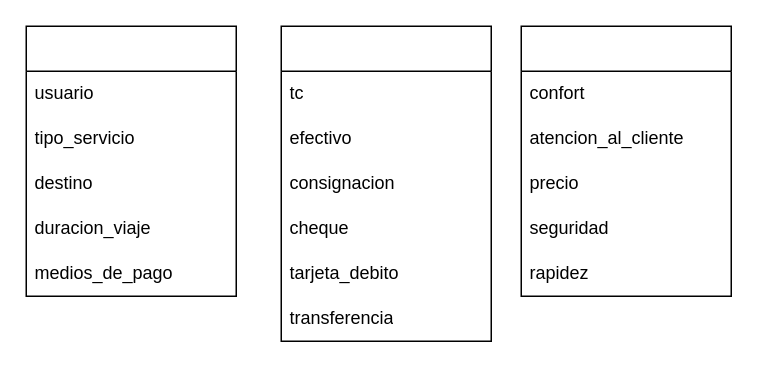
Earlier version of the draw.io diagram Diagrama sin título.drawio (didi90/tarea). Source tidied: cells renumbered, new cells numbered last; positions are measured from the earlier drawing's top-left corner, leaving out a move shared by most shapes. Both pictures are drawn from the tidied source at 150%, with x=0, y=0 at pixel (26, 26).
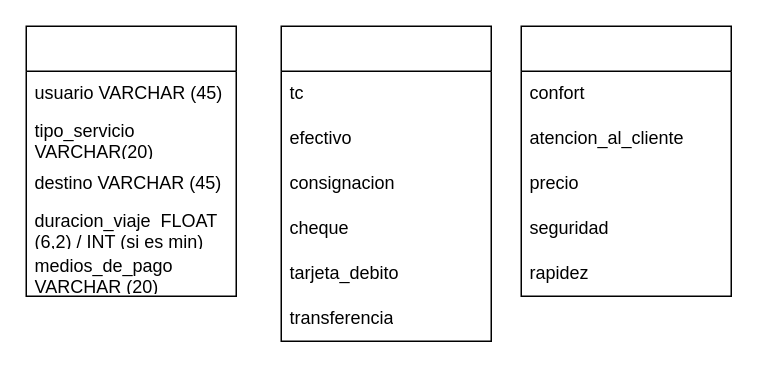
After the change.

Unchanged cells that the change refers to:
```xml
<mxCell id="2" style="swimlane;fontStyle=0;horizontal=1;startSize=30;whiteSpace=wrap;html=1;" parent="1" vertex="1">
  <mxGeometry width="140" height="180" as="geometry" />
</mxCell>
```

Change to the diagram source:
```diff
@@
-    <mxCell id="3" value="usuario" style="text;strokeColor=none;fillColor=none;align=left;verticalAlign=middle;spacingLeft=4;spacingRight=4;overflow=hidden;whiteSpace=wrap;html=1;" parent="2" vertex="1">
+    <mxCell id="3" value="usuario VARCHAR (45)" style="text;strokeColor=none;fillColor=none;align=left;verticalAlign=middle;spacingLeft=4;spacingRight=4;overflow=hidden;whiteSpace=wrap;html=1;" parent="2" vertex="1">
       <mxGeometry y="30" width="140" height="30" as="geometry" />
     </mxCell>
-    <mxCell id="4" value="tipo_servicio" style="text;strokeColor=none;fillColor=none;align=left;verticalAlign=middle;spacingLeft=4;spacingRight=4;overflow=hidden;whiteSpace=wrap;html=1;" parent="2" vertex="1">
+    <mxCell id="4" value="tipo_servicio VARCHAR(20)" style="text;strokeColor=none;fillColor=none;align=left;verticalAlign=middle;spacingLeft=4;spacingRight=4;overflow=hidden;whiteSpace=wrap;html=1;" parent="2" vertex="1">
       <mxGeometry y="60" width="140" height="30" as="geometry" />
     </mxCell>
-    <mxCell id="5" value="destino" style="text;strokeColor=none;fillColor=none;align=left;verticalAlign=middle;spacingLeft=4;spacingRight=4;overflow=hidden;whiteSpace=wrap;html=1;" parent="2" vertex="1">
+    <mxCell id="5" value="destino VARCHAR (45)" style="text;strokeColor=none;fillColor=none;align=left;verticalAlign=middle;spacingLeft=4;spacingRight=4;overflow=hidden;whiteSpace=wrap;html=1;" parent="2" vertex="1">
       <mxGeometry y="90" width="140" height="30" as="geometry" />
     </mxCell>
-    <mxCell id="6" value="duracion_viaje" style="text;strokeColor=none;fillColor=none;align=left;verticalAlign=middle;spacingLeft=4;spacingRight=4;overflow=hidden;whiteSpace=wrap;html=1;" parent="2" vertex="1">
+    <mxCell id="6" value="duracion_viaje&amp;nbsp; FLOAT (6,2) / INT (si es min)" style="text;strokeColor=none;fillColor=none;align=left;verticalAlign=middle;spacingLeft=4;spacingRight=4;overflow=hidden;whiteSpace=wrap;html=1;" parent="2" vertex="1">
       <mxGeometry y="120" width="140" height="30" as="geometry" />
     </mxCell>
-    <mxCell id="7" value="medios_de_pago" style="text;strokeColor=none;fillColor=none;align=left;verticalAlign=middle;spacingLeft=4;spacingRight=4;overflow=hidden;whiteSpace=wrap;html=1;" parent="2" vertex="1">
+    <mxCell id="7" value="medios_de_pago VARCHAR (20)&amp;nbsp;" style="text;strokeColor=none;fillColor=none;align=left;verticalAlign=middle;spacingLeft=4;spacingRight=4;overflow=hidden;whiteSpace=wrap;html=1;" parent="2" vertex="1">
       <mxGeometry y="150" width="140" height="30" as="geometry" />
     </mxCell>
```
